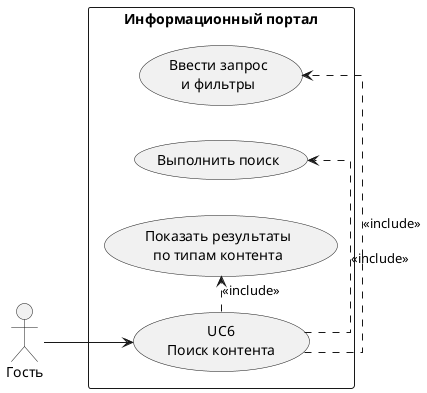
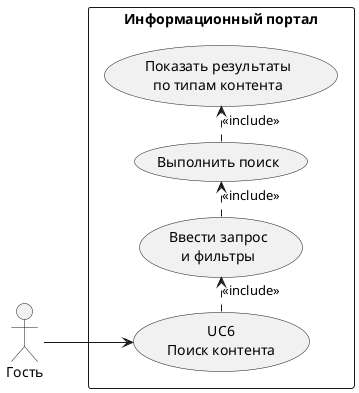
@startuml
left to right direction
skinparam packageStyle rectangle
skinparam linetype ortho
skinparam shadowing false

actor Guest as "Гость"

rectangle "Информационный портал" as System {
  usecase "UC6\nПоиск контента" as UC6
  usecase "Ввести запрос\nи фильтры" as UC6A
  usecase "Выполнить поиск" as UC6B
  usecase "Показать результаты\nпо типам контента" as UC6C
}

Guest --> UC6
UC6 .> UC6A : <<include>>
- UC6 .> UC6B : <<include>>
- UC6 .> UC6C : <<include>>
+ UC6A .> UC6B : <<include>>
+ UC6B .> UC6C : <<include>>
@enduml
